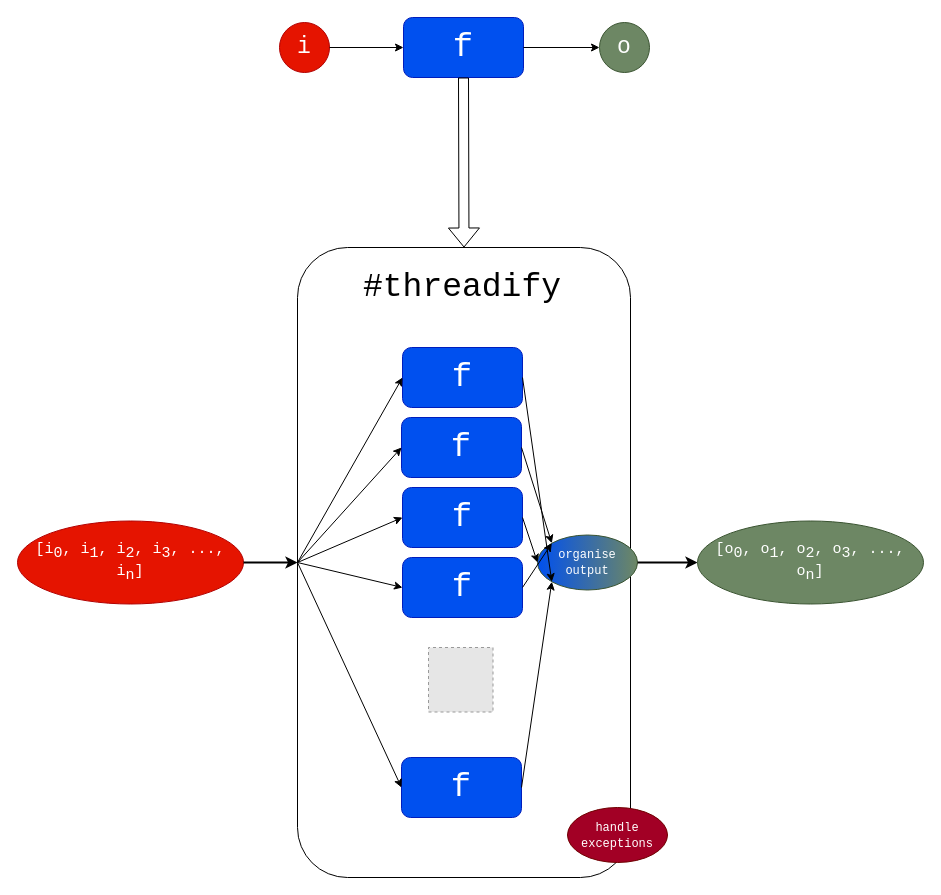
The draw.io diagram Scanner/drawio-diagrams/threadify.drawio in ShZil/network-utilities, before the edit. Source tidied: cells renumbered, new cells numbered last; positions are measured from the earlier drawing's top-left corner, leaving out a move shared by most shapes. Both pictures are drawn from the tidied source at 100%, with x=0, y=0 at pixel (17, 17). Pictures stored in the file or linked from it are replaced by grey dashed boxes.
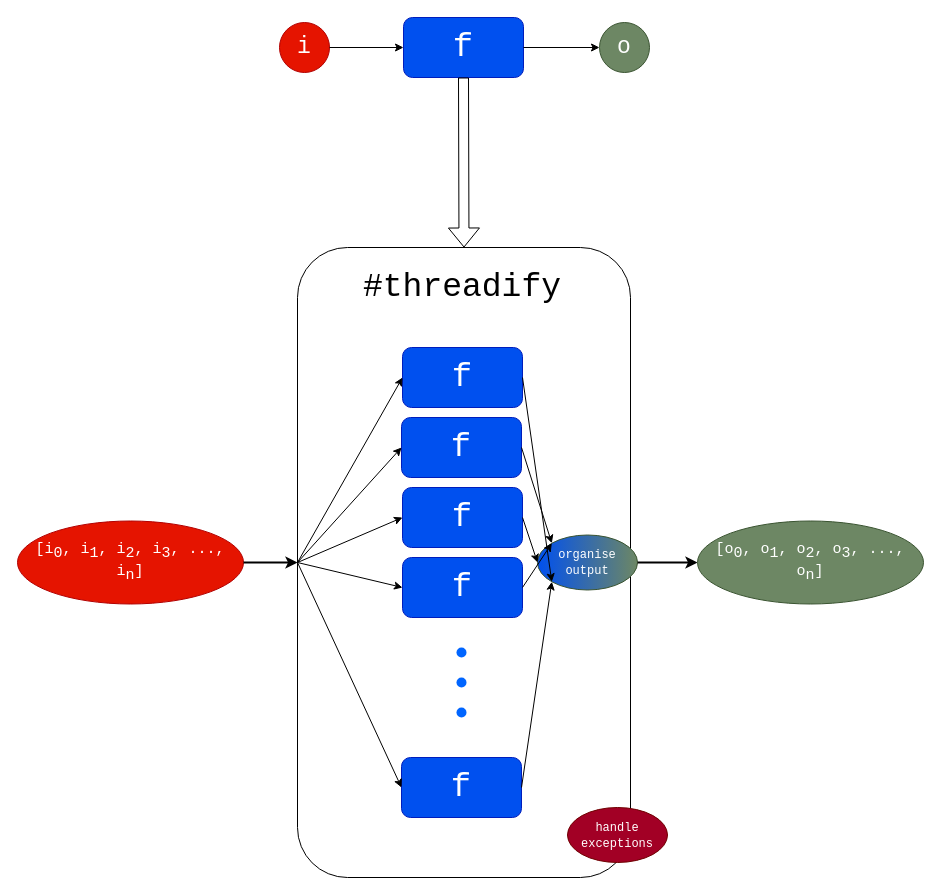
Above is the later version.

The edit, as a diff of the source:
```diff
@@
-    <mxCell id="18" style="fillColor=#E6E6E6;strokeColor=#999999;dashed=1;html=1;verticalAlign=top;verticalLabelPosition=bottom;labelBackgroundColor=#ffffff;rotation=90;" parent="1" vertex="1">
-      <mxGeometry x="411" y="630" width="64.5" height="64.5" as="geometry" />
-    </mxCell>
@@
+    <mxCell id="33" style="shape=ellipse;fillColor=#0065FF;strokeColor=none;html=1;sketch=0;" parent="1" vertex="1">
+      <mxGeometry x="439" y="630" width="10" height="10" as="geometry" />
+    </mxCell>
+    <mxCell id="34" style="shape=ellipse;fillColor=#0065FF;strokeColor=none;html=1;sketch=0;" parent="1" vertex="1">
+      <mxGeometry x="439" y="660" width="10" height="10" as="geometry" />
+    </mxCell>
+    <mxCell id="35" style="shape=ellipse;fillColor=#0065FF;strokeColor=none;html=1;sketch=0;" parent="1" vertex="1">
+      <mxGeometry x="439" y="690" width="10" height="10" as="geometry" />
+    </mxCell>
```
